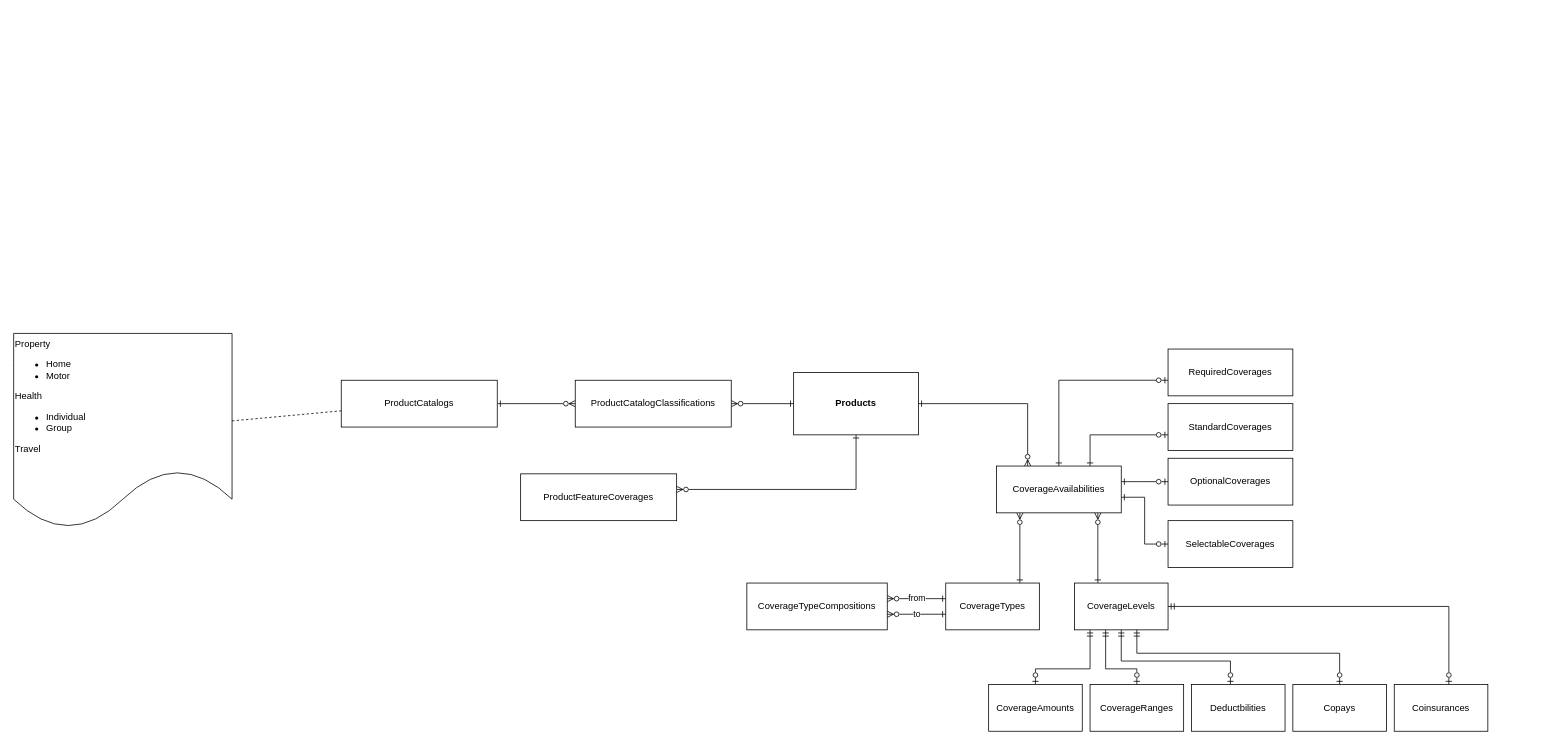
Above: mti-system.drawio in chavp/data-modeling (draw.io), before the change. Source tidied: cells renumbered, new cells numbered last; positions are measured from the earlier drawing's top-left corner, leaving out a move shared by most shapes. Both pictures are drawn from the tidied source at 78%, with x=0, y=0 at pixel (13, 333).
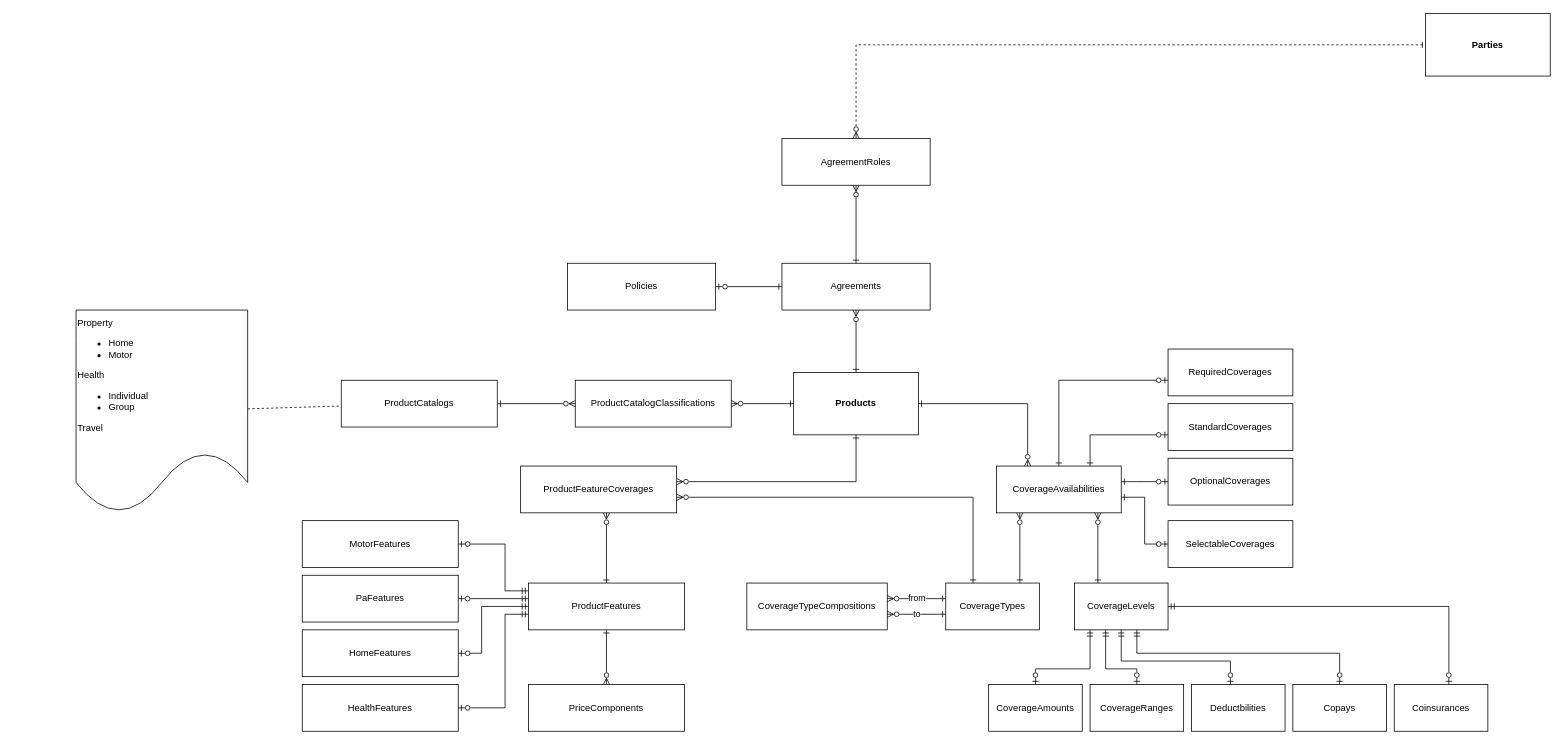
The same page after the edit.

Unchanged cells that the change refers to:
```xml
<mxCell id="2" value="Products" style="rounded=0;whiteSpace=wrap;html=1;fontStyle=1;" parent="1" vertex="1">
  <mxGeometry x="1000" y="50" width="160" height="80" as="geometry" />
</mxCell>
<mxCell id="3" value="CoverageTypes" style="rounded=0;whiteSpace=wrap;html=1;" parent="1" vertex="1">
  <mxGeometry x="1195" y="320" width="120" height="60" as="geometry" />
</mxCell>
```

What changed in the source:
```diff
@@
     <mxCell id="35" value="Property&lt;div style=&quot;&quot;&gt;&lt;ul&gt;&lt;li&gt;Home&lt;/li&gt;&lt;li&gt;Motor&lt;/li&gt;&lt;/ul&gt;&lt;/div&gt;&lt;div&gt;Health&lt;/div&gt;&lt;div&gt;&lt;ul&gt;&lt;li&gt;Individual&lt;/li&gt;&lt;li&gt;Group&lt;/li&gt;&lt;/ul&gt;&lt;div&gt;Travel&lt;/div&gt;&lt;/div&gt;&lt;div&gt;&lt;br&gt;&lt;/div&gt;" style="shape=document;whiteSpace=wrap;html=1;boundedLbl=1;align=left;verticalAlign=middle;" parent="1" vertex="1">
-      <mxGeometry width="280" height="250" as="geometry" />
+      <mxGeometry x="80" y="-30" width="220" height="260" as="geometry" />
     </mxCell>
     <mxCell id="36" style="edgeStyle=orthogonalEdgeStyle;rounded=0;jettySize=auto;html=1;endArrow=ERone;endFill=0;startArrow=ERzeroToMany;startFill=0;" parent="1" edge="1" source="37" target="2">
       <mxGeometry relative="1" as="geometry">
         <Array as="points">
-          <mxPoint x="1080" y="200" />
+          <mxPoint x="1080" y="190" />
         </Array>
       </mxGeometry>
     </mxCell>
+    <mxCell id="38" style="edgeStyle=orthogonalEdgeStyle;rounded=0;jettySize=auto;html=1;startArrow=ERzeroToMany;startFill=0;endArrow=ERone;endFill=0;" parent="1" edge="1" source="37" target="40">
+      <mxGeometry relative="1" as="geometry">
+        <Array as="points">
+          <mxPoint x="760" y="260" />
+          <mxPoint x="760" y="260" />
+        </Array>
+      </mxGeometry>
+    </mxCell>
     <mxCell id="37" value="ProductFeatureCoverages" style="rounded=0;whiteSpace=wrap;html=1;" parent="1" vertex="1">
-      <mxGeometry x="650" y="180" width="200" height="60" as="geometry" />
+      <mxGeometry x="650" y="170" width="200" height="60" as="geometry" />
     </mxCell>
+    <mxCell id="39" style="edgeStyle=orthogonalEdgeStyle;rounded=0;jettySize=auto;html=1;startArrow=ERone;startFill=0;endArrow=ERzeroToMany;endFill=0;" parent="1" edge="1" source="40" target="41">
+      <mxGeometry relative="1" as="geometry" />
+    </mxCell>
+    <mxCell id="40" value="ProductFeatures" style="rounded=0;whiteSpace=wrap;html=1;" parent="1" vertex="1">
+      <mxGeometry x="660" y="320" width="200" height="60" as="geometry" />
+    </mxCell>
+    <mxCell id="41" value="PriceComponents" style="rounded=0;whiteSpace=wrap;html=1;" parent="1" vertex="1">
+      <mxGeometry x="660" y="450" width="200" height="60" as="geometry" />
+    </mxCell>
+    <mxCell id="42" style="edgeStyle=orthogonalEdgeStyle;rounded=0;jettySize=auto;html=1;endArrow=ERone;endFill=0;startArrow=ERzeroToMany;startFill=0;" parent="1" edge="1" source="37" target="3">
+      <mxGeometry relative="1" as="geometry">
+        <Array as="points">
+          <mxPoint x="1230" y="210" />
+        </Array>
+      </mxGeometry>
+    </mxCell>
+    <mxCell id="43" value="MotorFeatures" style="rounded=0;whiteSpace=wrap;html=1;" parent="1" vertex="1">
+      <mxGeometry x="370" y="240" width="200" height="60" as="geometry" />
+    </mxCell>
+    <mxCell id="44" value="PaFeatures" style="rounded=0;whiteSpace=wrap;html=1;" parent="1" vertex="1">
+      <mxGeometry x="370" y="310" width="200" height="60" as="geometry" />
+    </mxCell>
+    <mxCell id="45" value="HomeFeatures" style="rounded=0;whiteSpace=wrap;html=1;" parent="1" vertex="1">
+      <mxGeometry x="370" y="380" width="200" height="60" as="geometry" />
+    </mxCell>
+    <mxCell id="46" value="HealthFeatures" style="rounded=0;whiteSpace=wrap;html=1;" parent="1" vertex="1">
+      <mxGeometry x="370" y="450" width="200" height="60" as="geometry" />
+    </mxCell>
+    <mxCell id="47" style="edgeStyle=orthogonalEdgeStyle;rounded=0;jettySize=auto;html=1;startArrow=ERmandOne;startFill=0;endArrow=ERzeroToOne;endFill=0;" parent="1" edge="1" source="40" target="43">
+      <mxGeometry relative="1" as="geometry">
+        <Array as="points">
+          <mxPoint x="630" y="330" />
+          <mxPoint x="630" y="270" />
+        </Array>
+      </mxGeometry>
+    </mxCell>
+    <mxCell id="48" style="edgeStyle=orthogonalEdgeStyle;rounded=0;jettySize=auto;html=1;startArrow=ERmandOne;startFill=0;endArrow=ERzeroToOne;endFill=0;" parent="1" edge="1" source="40" target="44">
+      <mxGeometry relative="1" as="geometry">
+        <Array as="points">
+          <mxPoint x="630" y="340" />
+          <mxPoint x="630" y="340" />
+        </Array>
+      </mxGeometry>
+    </mxCell>
+    <mxCell id="49" style="edgeStyle=orthogonalEdgeStyle;rounded=0;jettySize=auto;html=1;startArrow=ERmandOne;startFill=0;endArrow=ERzeroToOne;endFill=0;" parent="1" edge="1" source="40" target="45">
+      <mxGeometry relative="1" as="geometry">
+        <Array as="points">
+          <mxPoint x="600" y="350" />
+          <mxPoint x="600" y="410" />
+        </Array>
+      </mxGeometry>
+    </mxCell>
+    <mxCell id="50" style="edgeStyle=orthogonalEdgeStyle;rounded=0;jettySize=auto;html=1;startArrow=ERmandOne;startFill=0;endArrow=ERzeroToOne;endFill=0;" parent="1" edge="1" source="40" target="46">
+      <mxGeometry relative="1" as="geometry">
+        <Array as="points">
+          <mxPoint x="630" y="360" />
+          <mxPoint x="630" y="480" />
+        </Array>
+      </mxGeometry>
+    </mxCell>
+    <mxCell id="51" style="edgeStyle=orthogonalEdgeStyle;rounded=0;jettySize=auto;html=1;endArrow=ERone;endFill=0;startArrow=ERzeroToMany;startFill=0;" parent="1" edge="1" source="52" target="2">
+      <mxGeometry relative="1" as="geometry" />
+    </mxCell>
+    <mxCell id="52" value="Agreements" style="rounded=0;whiteSpace=wrap;html=1;" parent="1" vertex="1">
+      <mxGeometry x="985" y="-90" width="190" height="60" as="geometry" />
+    </mxCell>
+    <mxCell id="53" style="edgeStyle=orthogonalEdgeStyle;rounded=0;jettySize=auto;html=1;endArrow=ERone;endFill=0;startArrow=ERzeroToMany;startFill=0;" parent="1" edge="1" source="54" target="52">
+      <mxGeometry relative="1" as="geometry" />
+    </mxCell>
+    <mxCell id="54" value="AgreementRoles" style="rounded=0;whiteSpace=wrap;html=1;" parent="1" vertex="1">
+      <mxGeometry x="985" y="-250" width="190" height="60" as="geometry" />
+    </mxCell>
+    <mxCell id="55" value="Parties" style="rounded=0;whiteSpace=wrap;html=1;fontStyle=1;" parent="1" vertex="1">
+      <mxGeometry x="1810" y="-410" width="160" height="80" as="geometry" />
+    </mxCell>
+    <mxCell id="56" style="edgeStyle=orthogonalEdgeStyle;rounded=0;jettySize=auto;html=1;startArrow=ERzeroToOne;startFill=0;endArrow=ERone;endFill=0;" parent="1" edge="1" source="57" target="52">
+      <mxGeometry relative="1" as="geometry" />
+    </mxCell>
+    <mxCell id="57" value="Policies" style="rounded=0;whiteSpace=wrap;html=1;" parent="1" vertex="1">
+      <mxGeometry x="710" y="-90" width="190" height="60" as="geometry" />
+    </mxCell>
+    <mxCell id="58" style="edgeStyle=orthogonalEdgeStyle;rounded=0;jettySize=auto;html=1;endArrow=ERone;endFill=0;startArrow=ERzeroToMany;startFill=0;dashed=1;" parent="1" edge="1" source="54" target="55">
+      <mxGeometry relative="1" as="geometry">
+        <Array as="points">
+          <mxPoint x="1080" y="-370" />
+        </Array>
+      </mxGeometry>
+    </mxCell>
```
